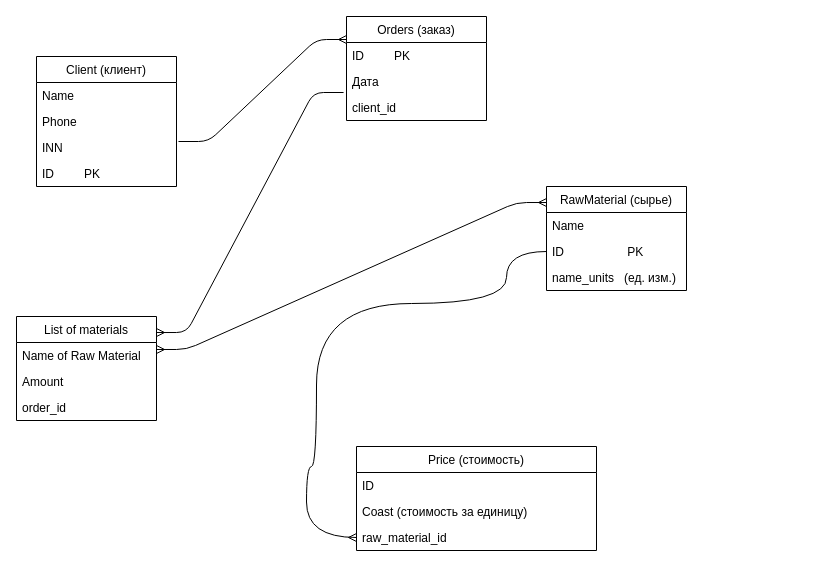
Before: db/diagram/dron-backend.drawio in Maxim-Ba/dron-project-backend, a draw.io diagram. Source tidied: cells renumbered, new cells numbered last; positions are measured from the earlier drawing's top-left corner, leaving out a move shared by most shapes. Both pictures are drawn from the tidied source at 100%, with x=0, y=0 at pixel (16, 16).
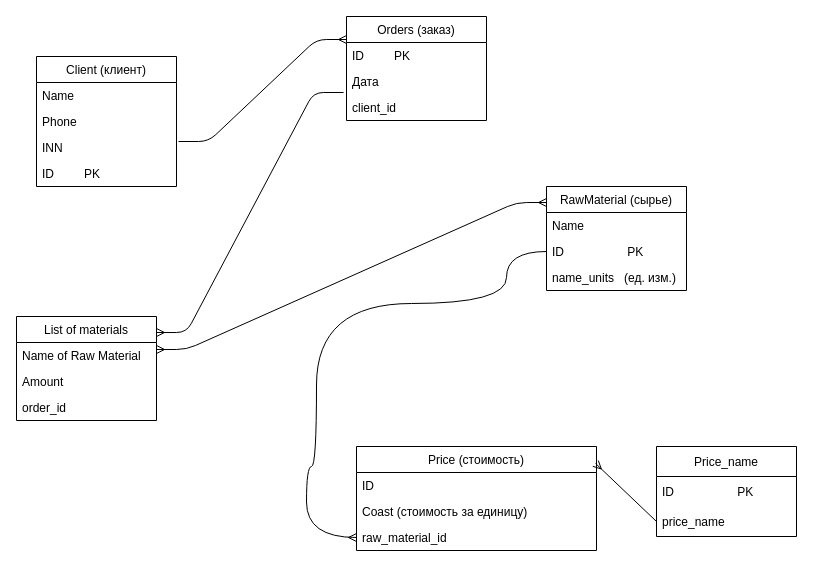
The same diagram, later.

Unchanged cells that the change refers to:
```xml
<mxCell id="11" value="Price (стоимость)" style="swimlane;fontStyle=0;horizontal=1;startSize=26;" parent="1" vertex="1">
  <mxGeometry x="340" y="430" width="240" height="104" as="geometry" />
</mxCell>
```

What changed in the source:
```diff
@@
+    <mxCell id="27" value="Price_name" style="swimlane;fontStyle=0;horizontal=1;startSize=30;" parent="1" vertex="1">
+      <mxGeometry x="640" y="430" width="140" height="90" as="geometry" />
+    </mxCell>
+    <mxCell id="28" value="ID                   PK" style="text;strokeColor=none;fillColor=none;align=left;verticalAlign=middle;spacingLeft=4;spacingRight=4;overflow=hidden;" parent="27" vertex="1">
+      <mxGeometry y="30" width="140" height="30" as="geometry" />
+    </mxCell>
+    <mxCell id="29" value="price_name" style="text;strokeColor=none;fillColor=none;align=left;verticalAlign=middle;spacingLeft=4;spacingRight=4;overflow=hidden;points=[[0,0.5],[1,0.5]];portConstraint=eastwest;" parent="27" vertex="1">
+      <mxGeometry y="60" width="140" height="30" as="geometry" />
+    </mxCell>
+    <mxCell id="30" style="endArrow=ERmany;html=1;rounded=0;entryX=0.996;entryY=0.163;entryDx=0;entryDy=0;endFill=0;entryPerimeter=0;exitX=0;exitY=0.5;exitDx=0;exitDy=0;" parent="1" edge="1" source="29" target="11">
+      <mxGeometry relative="1" as="geometry" />
+    </mxCell>
```
